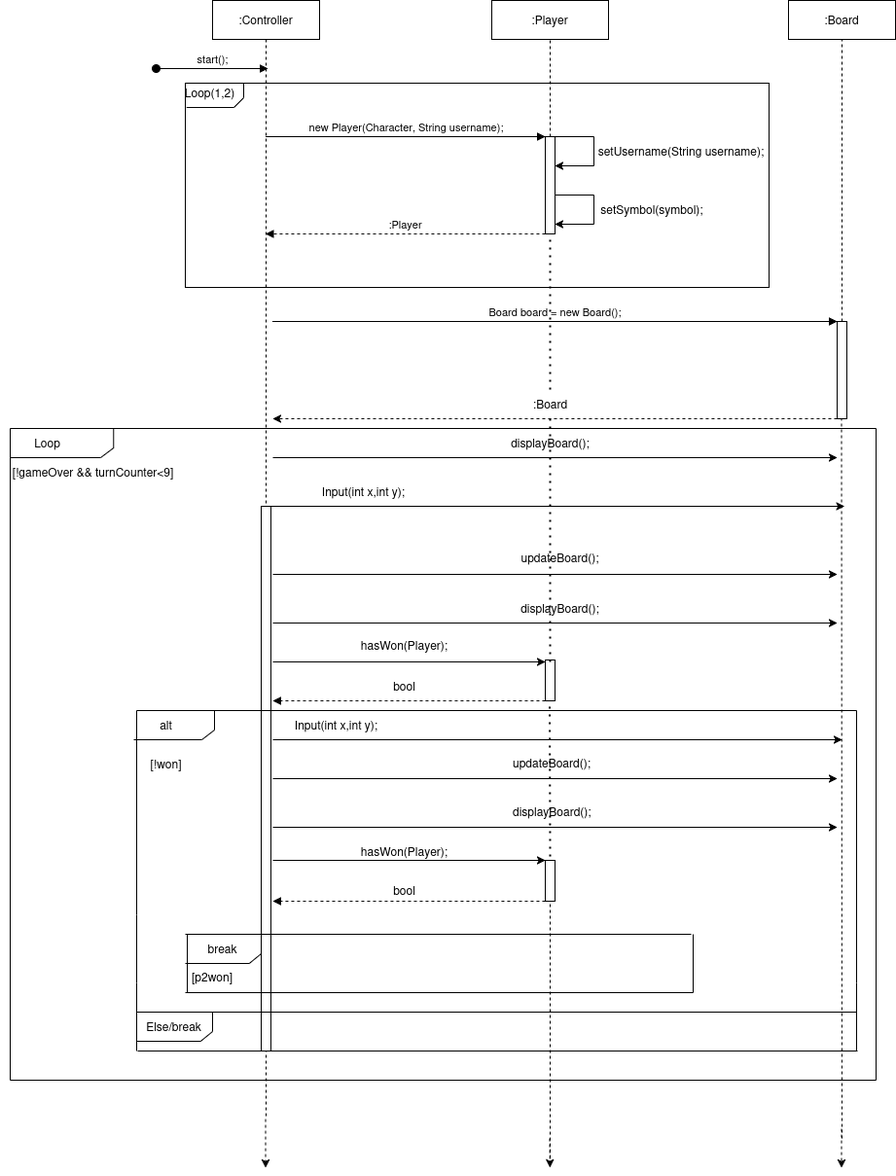
Above: TTT_Sequence.png in illiteratewaffle/RetroArcade (draw.io), before the change. Source tidied: cells renumbered, new cells last; positions are measured from the earlier drawing's top-left corner, leaving out a move shared by most shapes.
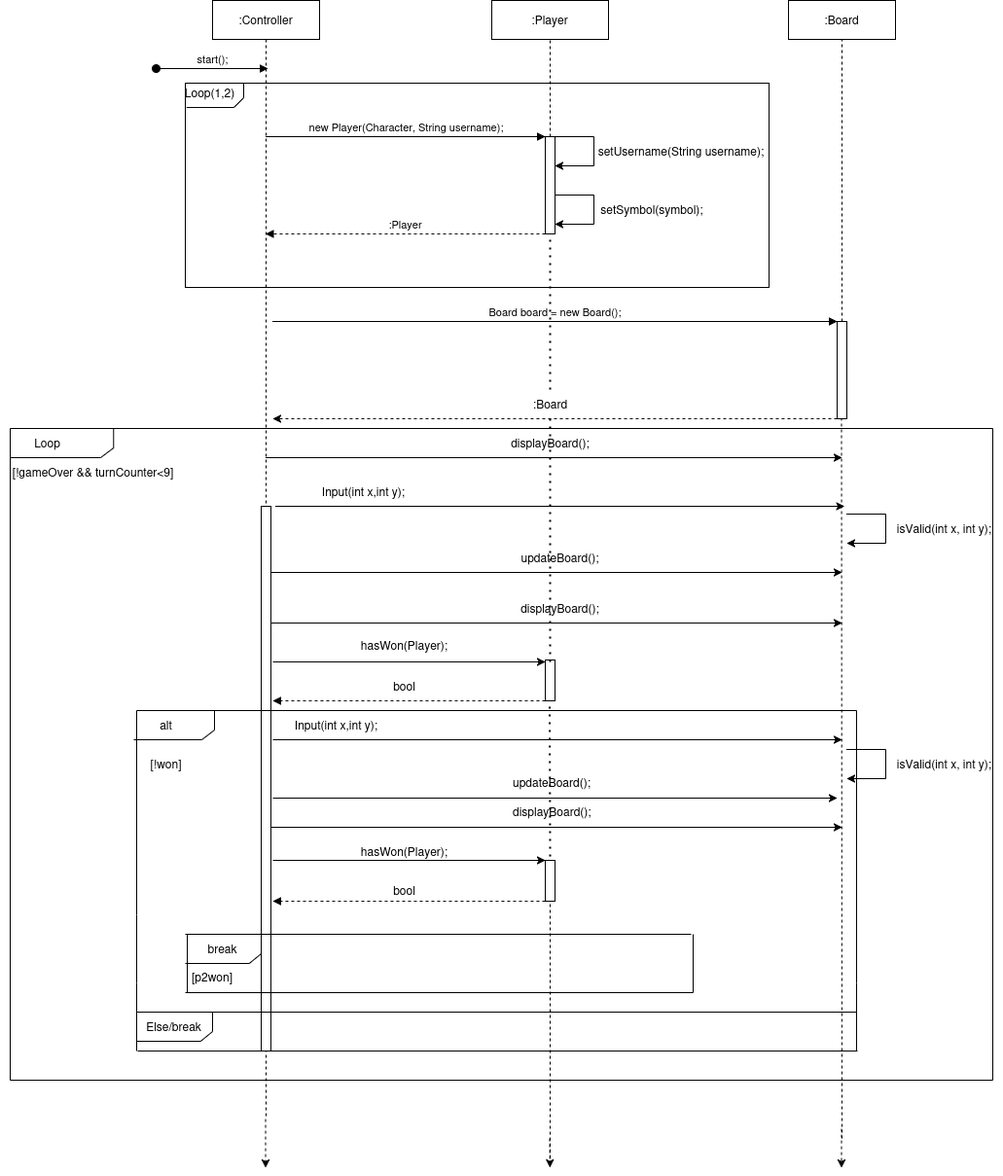
The same diagram one commit later.

Commit message:
Minor whoopsy daisy fix

Diff of the diagram source:
```diff
@@ -105,14 +105,14 @@
     </mxCell>
     <mxCell id="21" style="endArrow=none;html=1;rounded=0;" parent="1" edge="1">
       <mxGeometry relative="1" as="geometry">
-        <mxPoint x="900" y="1110" as="sourcePoint" />
-        <mxPoint x="900" y="440" as="targetPoint" />
+        <mxPoint x="1020" y="1110" as="sourcePoint" />
+        <mxPoint x="1020" y="440" as="targetPoint" />
       </mxGeometry>
     </mxCell>
     <mxCell id="22" style="endArrow=none;html=1;rounded=0;" parent="1" edge="1">
       <mxGeometry relative="1" as="geometry">
         <mxPoint x="10" y="1110" as="sourcePoint" />
-        <mxPoint x="900" y="1110" as="targetPoint" />
+        <mxPoint x="1020" y="1110" as="targetPoint" />
       </mxGeometry>
     </mxCell>
     <mxCell id="23" style="endArrow=none;html=1;rounded=0;" parent="1" edge="1">
@@ -124,7 +124,7 @@
     <mxCell id="24" style="endArrow=none;html=1;rounded=0;" parent="1" edge="1">
       <mxGeometry relative="1" as="geometry">
         <mxPoint x="10" y="440" as="sourcePoint" />
-        <mxPoint x="900" y="440" as="targetPoint" />
+        <mxPoint x="1020" y="440" as="targetPoint" />
       </mxGeometry>
     </mxCell>
     <mxCell id="25" style="endArrow=none;html=1;rounded=0;" parent="1" edge="1">
@@ -157,10 +157,9 @@
         <mxPoint x="864.5" y="430" as="targetPoint" />
       </mxGeometry>
     </mxCell>
-    <mxCell id="31" style="endArrow=classic;html=1;rounded=0;" parent="1" edge="1">
+    <mxCell id="31" style="endArrow=classic;html=1;rounded=0;" parent="1" edge="1" source="2">
       <mxGeometry relative="1" as="geometry">
-        <mxPoint x="280" y="470" as="sourcePoint" />
-        <mxPoint x="860" y="470" as="targetPoint" />
+        <mxPoint x="865" y="470" as="targetPoint" />
       </mxGeometry>
     </mxCell>
     <mxCell id="32" value="displayBoard();" style="text;html=1;align=center;verticalAlign=middle;strokeColor=none;fillColor=none;" parent="1" vertex="1">
@@ -171,26 +170,24 @@
     </mxCell>
     <mxCell id="34" style="endArrow=classic;html=1;rounded=0;" parent="1" edge="1">
       <mxGeometry relative="1" as="geometry">
-        <mxPoint x="275" y="520" as="sourcePoint" />
+        <mxPoint x="282.5" y="520" as="sourcePoint" />
         <mxPoint x="867.5" y="520" as="targetPoint" />
       </mxGeometry>
     </mxCell>
     <mxCell id="35" value="Input(int x,int y);" style="text;html=1;align=center;verticalAlign=middle;strokeColor=none;fillColor=none;" parent="1" vertex="1">
       <mxGeometry x="318" y="490" width="110" height="30" as="geometry" />
     </mxCell>
-    <mxCell id="36" style="endArrow=classic;html=1;rounded=0;" parent="1" edge="1">
+    <mxCell id="36" style="endArrow=classic;html=1;rounded=0;" parent="1" edge="1" source="3">
       <mxGeometry relative="1" as="geometry">
-        <mxPoint x="280" y="590" as="sourcePoint" />
-        <mxPoint x="860" y="590" as="targetPoint" />
+        <mxPoint x="865" y="588" as="targetPoint" />
       </mxGeometry>
     </mxCell>
     <mxCell id="37" value="updateBoard();" style="text;html=1;align=center;verticalAlign=middle;strokeColor=none;fillColor=none;" parent="1" vertex="1">
       <mxGeometry x="525" y="558" width="100" height="30" as="geometry" />
     </mxCell>
-    <mxCell id="38" style="endArrow=classic;html=1;rounded=0;" parent="1" edge="1">
+    <mxCell id="38" style="endArrow=classic;html=1;rounded=0;" parent="1" edge="1" source="3">
       <mxGeometry relative="1" as="geometry">
-        <mxPoint x="280" y="640" as="sourcePoint" />
-        <mxPoint x="860" y="640" as="targetPoint" />
+        <mxPoint x="865" y="640" as="targetPoint" />
       </mxGeometry>
     </mxCell>
     <mxCell id="39" value="displayBoard();" style="text;html=1;align=center;verticalAlign=middle;strokeColor=none;fillColor=none;" parent="1" vertex="1">
@@ -277,20 +274,13 @@
     <mxCell id="55" value="Input(int x,int y);" style="text;html=1;align=center;verticalAlign=middle;strokeColor=none;fillColor=none;" parent="1" vertex="1">
       <mxGeometry x="290" y="730" width="110" height="30" as="geometry" />
     </mxCell>
-    <mxCell id="56" style="endArrow=classic;html=1;rounded=0;" parent="1" edge="1">
-      <mxGeometry relative="1" as="geometry">
-        <mxPoint x="280" y="800" as="sourcePoint" />
-        <mxPoint x="860" y="800" as="targetPoint" />
-      </mxGeometry>
-    </mxCell>
-    <mxCell id="57" style="endArrow=classic;html=1;rounded=0;" parent="1" edge="1">
+    <mxCell id="57" style="endArrow=classic;html=1;rounded=0;" parent="1" edge="1" source="3">
       <mxGeometry relative="1" as="geometry">
-        <mxPoint x="280" y="850" as="sourcePoint" />
-        <mxPoint x="860" y="850" as="targetPoint" />
+        <mxPoint x="865" y="850" as="targetPoint" />
       </mxGeometry>
     </mxCell>
     <mxCell id="58" value="updateBoard();" style="text;whiteSpace=wrap;html=1;" parent="1" vertex="1">
-      <mxGeometry x="525" y="770" width="110" height="40" as="geometry" />
+      <mxGeometry x="525" y="790" width="110" height="40" as="geometry" />
     </mxCell>
     <mxCell id="59" value="displayBoard();" style="text;whiteSpace=wrap;html=1;" parent="1" vertex="1">
       <mxGeometry x="525" y="820" width="110" height="40" as="geometry" />
@@ -494,5 +484,67 @@
     <mxCell id="99" value=":Board" style="text;html=1;align=center;verticalAlign=middle;points=[];strokeColor=none;fillColor=none;" parent="1" vertex="1">
       <mxGeometry x="535" y="400" width="60" height="30" as="geometry" />
     </mxCell>
+    <mxCell id="100" style="endArrow=classic;html=1;rounded=0;" parent="1" edge="1">
+      <mxGeometry relative="1" as="geometry">
+        <mxPoint x="280" y="820" as="sourcePoint" />
+        <mxPoint x="860" y="820" as="targetPoint" />
+      </mxGeometry>
+    </mxCell>
+    <mxCell id="101" style="group;" parent="1" vertex="1">
+      <mxGeometry x="870" y="528" width="40" height="30" as="geometry" />
+    </mxCell>
+    <mxCell id="102" style="endArrow=none;html=1;rounded=0;" parent="101" edge="1">
+      <mxGeometry relative="1" as="geometry">
+        <mxPoint as="sourcePoint" />
+        <mxPoint x="40" as="targetPoint" />
+        <Array as="points">
+          <mxPoint x="20" />
+          <mxPoint x="10" />
+        </Array>
+      </mxGeometry>
+    </mxCell>
+    <mxCell id="103" style="endArrow=none;html=1;rounded=0;" parent="101" edge="1">
+      <mxGeometry relative="1" as="geometry">
+        <mxPoint x="40" as="sourcePoint" />
+        <mxPoint x="40" y="30" as="targetPoint" />
+      </mxGeometry>
+    </mxCell>
+    <mxCell id="104" style="endArrow=classic;html=1;rounded=0;" parent="101" edge="1">
+      <mxGeometry relative="1" as="geometry">
+        <mxPoint x="40" y="30" as="sourcePoint" />
+        <mxPoint y="30" as="targetPoint" />
+      </mxGeometry>
+    </mxCell>
+    <mxCell id="105" style="group;" parent="1" vertex="1">
+      <mxGeometry x="870" y="770" width="40" height="30" as="geometry" />
+    </mxCell>
+    <mxCell id="106" style="endArrow=none;html=1;rounded=0;" parent="105" edge="1">
+      <mxGeometry relative="1" as="geometry">
+        <mxPoint as="sourcePoint" />
+        <mxPoint x="40" as="targetPoint" />
+        <Array as="points">
+          <mxPoint x="20" />
+          <mxPoint x="10" />
+        </Array>
+      </mxGeometry>
+    </mxCell>
+    <mxCell id="107" style="endArrow=none;html=1;rounded=0;" parent="105" edge="1">
+      <mxGeometry relative="1" as="geometry">
+        <mxPoint x="40" as="sourcePoint" />
+        <mxPoint x="40" y="30" as="targetPoint" />
+      </mxGeometry>
+    </mxCell>
+    <mxCell id="108" style="endArrow=classic;html=1;rounded=0;" parent="105" edge="1">
+      <mxGeometry relative="1" as="geometry">
+        <mxPoint x="40" y="30" as="sourcePoint" />
+        <mxPoint y="30" as="targetPoint" />
+      </mxGeometry>
+    </mxCell>
+    <mxCell id="109" value="isValid(int x, int y);" style="text;html=1;align=center;verticalAlign=middle;strokeColor=none;fillColor=none;" parent="1" vertex="1">
+      <mxGeometry x="910" y="528" width="120" height="30" as="geometry" />
+    </mxCell>
+    <mxCell id="110" value="isValid(int x, int y);" style="text;html=1;align=center;verticalAlign=middle;strokeColor=none;fillColor=none;" parent="1" vertex="1">
+      <mxGeometry x="910" y="770" width="120" height="30" as="geometry" />
+    </mxCell>
   </root>
 </mxGraphModel>
```
